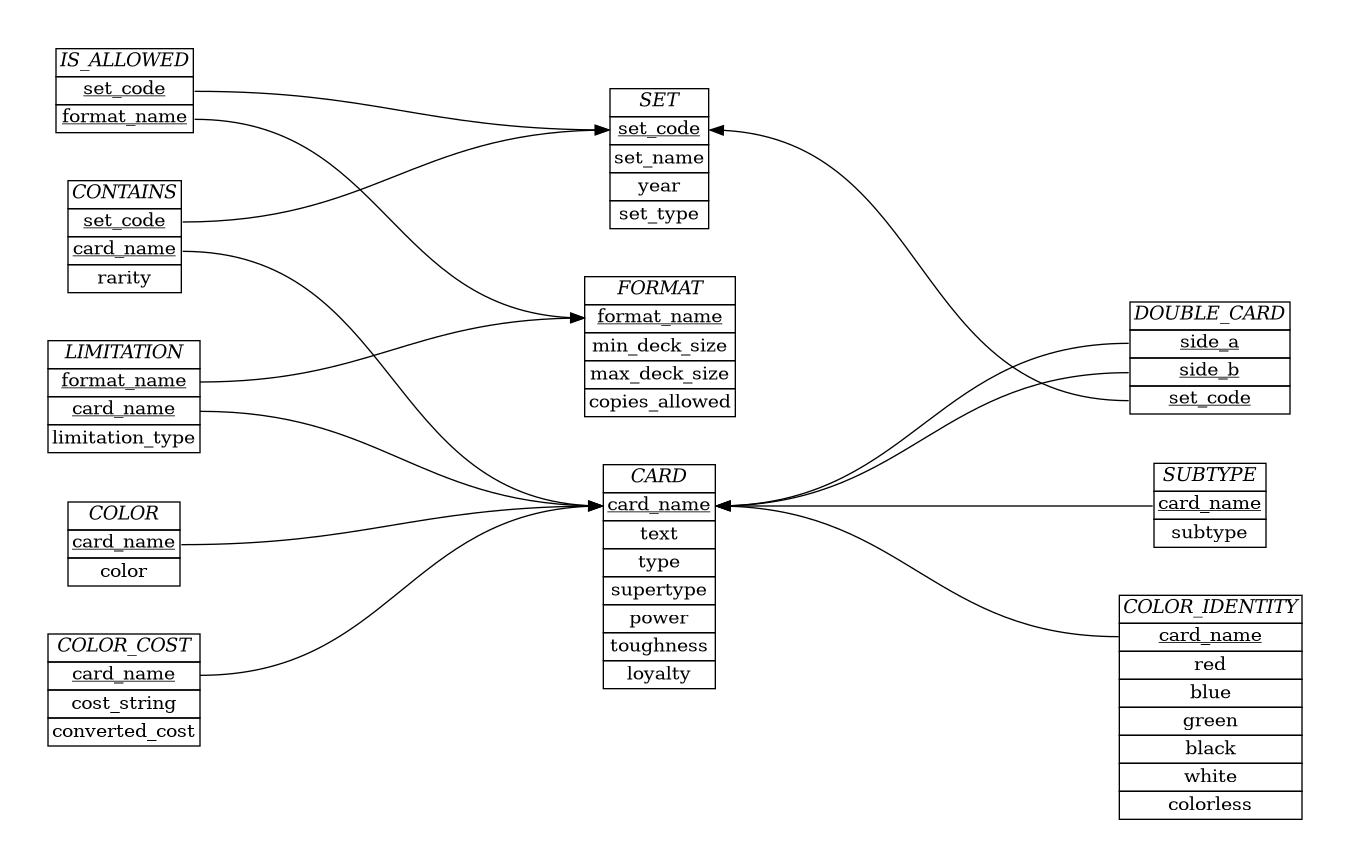
The Graphviz diagram schema/ER_diagram.png in akilmarshall/trumark, before a commit. Its source is kept beside it as schema/ER_diagram.dot.
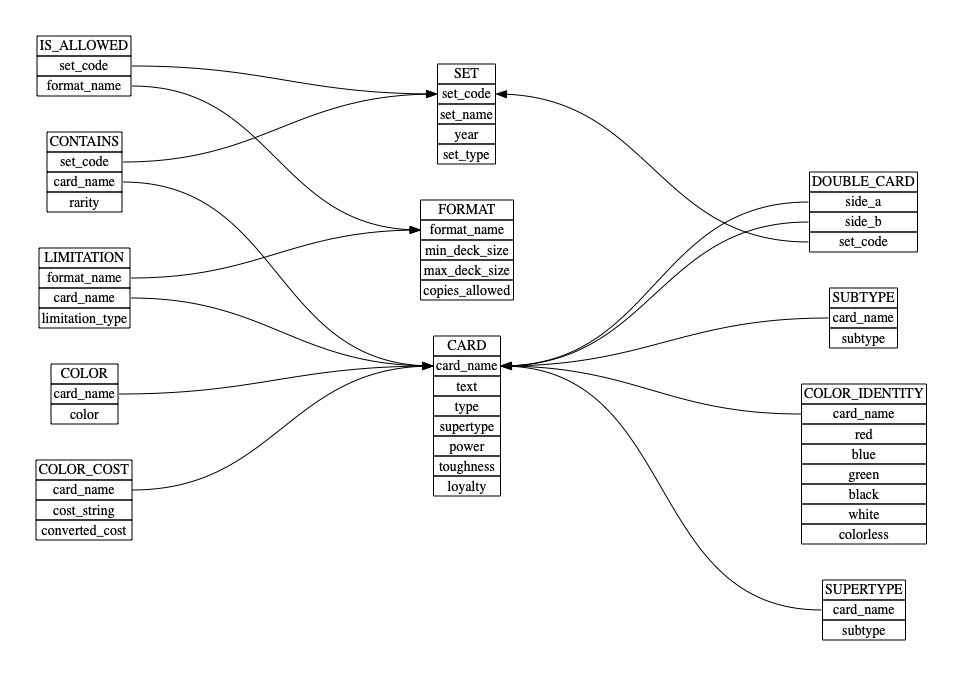
After the commit.

Commit message:
updated dot, but html not working

What changed in the source:
```diff
@@ -97,6 +97,13 @@
         <tr><td port="2">color</td></tr>
         </table>>];
 
+    Supertype [label=<
+        <table border="0" cellborder="1" cellspacing="0">
+        <tr><td><i>SUPERTYPE</i></td></tr>
+        <tr><td port="1"><u>card_name</u></td></tr>
+        <tr><td port="2">subtype</td></tr>
+        </table>>];
+
     Is_allowed:1 -> Set:1 [color=black];
     Is_allowed:2 -> Format:1;
 
@@ -112,6 +119,7 @@
 
     edge [dir="back"];
 
+
     Card:1 -> Double_card:1;
     Card:1 -> Double_card:2;
     Set:1 -> Double_card:3;
@@ -120,4 +128,7 @@
     Card:1 -> Subtype:1 ;
 
     Card:1 -> Color_identity:1;
+
+    Card:1 -> Supertype:1;
+
 }
```
